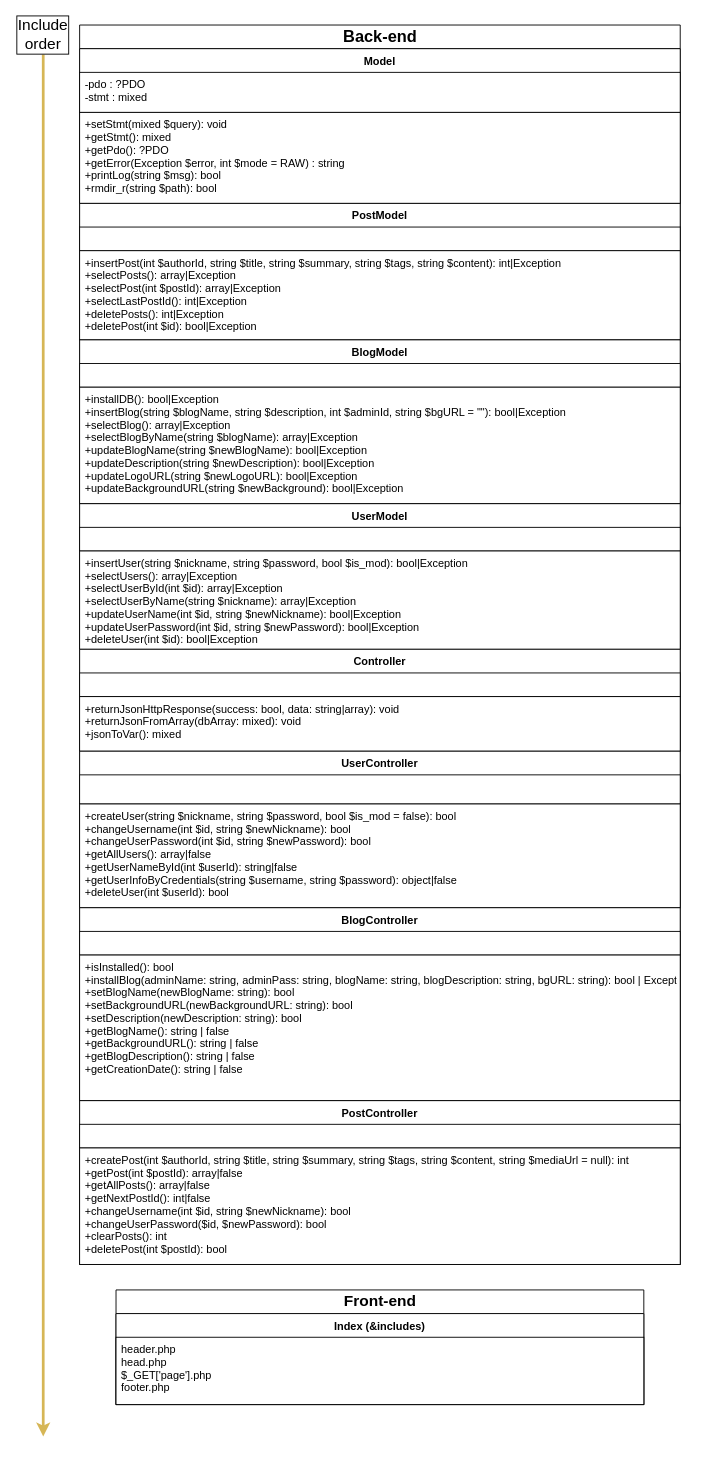
Above: _Conception/PageStructure.drawio in MichaelAceAnderson/NewBlog (draw.io), before the change. Source tidied: cells renumbered, new cells numbered last; positions are measured from the earlier drawing's top-left corner, leaving out a move shared by most shapes. Both pictures are drawn from the tidied source at 91%, with x=0, y=0 at pixel (15, 21).
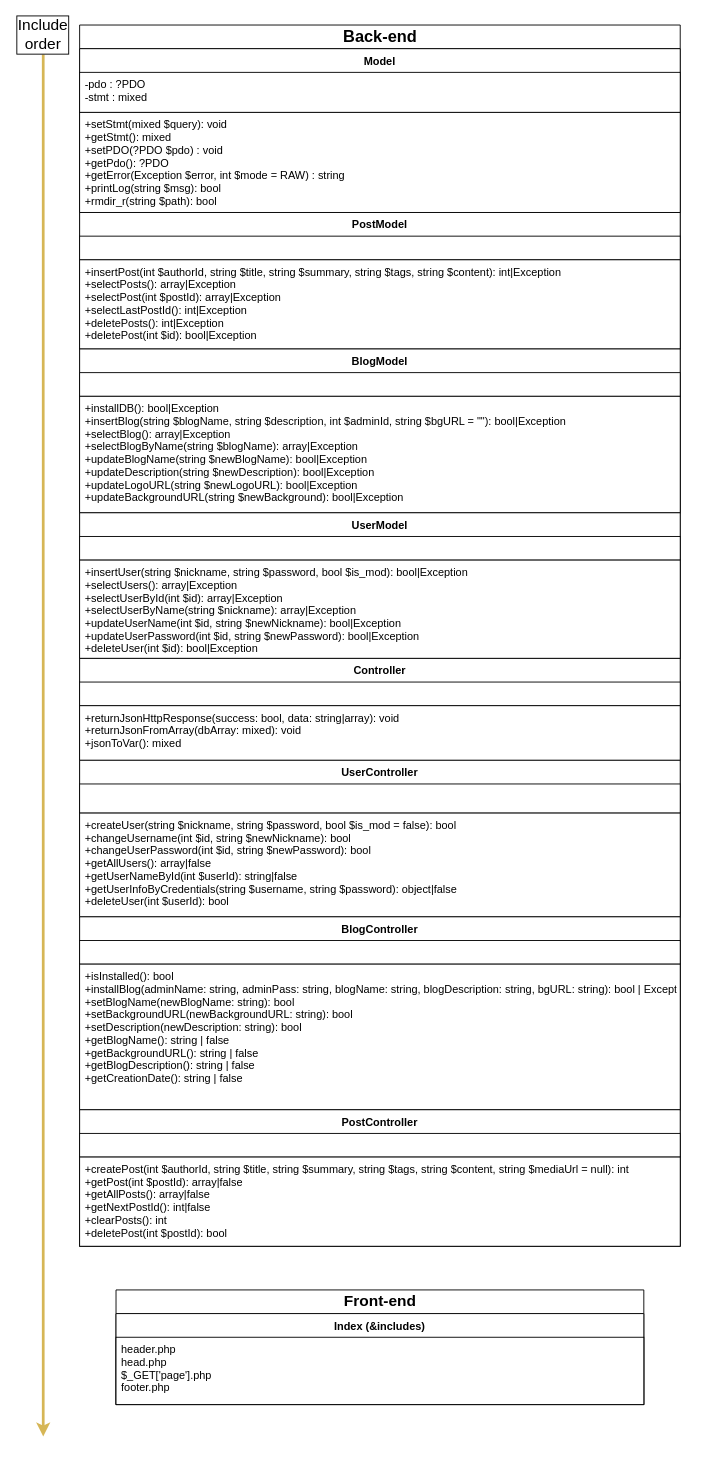
The same diagram, later.

Diff of the diagram source:
```diff
@@
     <mxCell id="6" value="Back-end" style="swimlane;fontStyle=1;horizontal=1;startSize=26;fillColor=default;glass=0;labelBackgroundColor=none;labelBorderColor=none;fillStyle=solid;strokeColor=default;fontFamily=Helvetica;labelPosition=center;verticalLabelPosition=middle;align=center;verticalAlign=middle;fontSize=18;html=1;" parent="1" vertex="1">
-      <mxGeometry x="70" y="4" width="660" height="1362" as="geometry" />
+      <mxGeometry x="70" y="4" width="660" height="1342" as="geometry" />
     </mxCell>
     <mxCell id="7" value="Model" style="swimlane;fontStyle=1;align=center;verticalAlign=top;horizontal=1;startSize=26;fillColor=default;gradientColor=none;strokeColor=default;swimlaneLine=0;" parent="6" vertex="1">
-      <mxGeometry y="26" width="660" height="170" as="geometry" />
+      <mxGeometry y="26" width="660" height="180" as="geometry" />
     </mxCell>
@@
-    <mxCell id="9" value="+setStmt(mixed $query): void&#10;+getStmt(): mixed&#10;+getPdo(): ?PDO&#10;+getError(Exception $error, int $mode = RAW) : string&#10;+printLog(string $msg): bool&#10;+rmdir_r(string $path): bool" style="text;strokeColor=default;fillColor=default;align=left;verticalAlign=top;spacingLeft=4;spacingRight=4;overflow=hidden;gradientColor=none;swimlaneLine=0;" parent="7" vertex="1">
-      <mxGeometry y="70" width="660" height="100" as="geometry" />
+    <mxCell id="9" value="+setStmt(mixed $query): void&#10;+getStmt(): mixed&#10;+setPDO(?PDO $pdo) : void&#10;+getPdo(): ?PDO&#10;+getError(Exception $error, int $mode = RAW) : string&#10;+printLog(string $msg): bool&#10;+rmdir_r(string $path): bool" style="text;strokeColor=default;fillColor=default;align=left;verticalAlign=top;spacingLeft=4;spacingRight=4;overflow=hidden;gradientColor=none;swimlaneLine=0;" parent="7" vertex="1">
+      <mxGeometry y="70" width="660" height="110" as="geometry" />
     </mxCell>
     <mxCell id="10" value="PostModel" style="swimlane;fontStyle=1;align=center;verticalAlign=top;horizontal=1;startSize=26;fillColor=default;gradientColor=none;strokeColor=default;swimlaneLine=0;" parent="6" vertex="1">
-      <mxGeometry y="196" width="660" height="150" as="geometry" />
+      <mxGeometry y="206" width="660" height="150" as="geometry" />
     </mxCell>
@@
     <mxCell id="13" value="BlogModel" style="swimlane;fontStyle=1;align=center;verticalAlign=top;horizontal=1;startSize=26;fillColor=default;gradientColor=none;strokeColor=default;swimlaneLine=0;" parent="6" vertex="1">
-      <mxGeometry y="346" width="660" height="180" as="geometry" />
+      <mxGeometry y="356" width="660" height="180" as="geometry" />
     </mxCell>
@@
     <mxCell id="16" value="UserModel" style="swimlane;fontStyle=1;align=center;verticalAlign=top;horizontal=1;startSize=26;fillColor=default;gradientColor=none;strokeColor=default;swimlaneLine=0;" parent="6" vertex="1">
-      <mxGeometry y="526" width="660" height="160" as="geometry" />
+      <mxGeometry y="536" width="660" height="160" as="geometry" />
     </mxCell>
@@
     <mxCell id="19" value="Controller&#10;" style="swimlane;fontStyle=1;align=center;verticalAlign=top;horizontal=1;startSize=26;fillColor=default;gradientColor=none;strokeColor=default;swimlaneLine=0;" parent="6" vertex="1">
-      <mxGeometry y="686" width="660" height="112" as="geometry" />
+      <mxGeometry y="696" width="660" height="112" as="geometry" />
     </mxCell>
@@
     <mxCell id="22" value="UserController" style="swimlane;fontStyle=1;align=center;verticalAlign=top;horizontal=1;startSize=26;fillColor=default;gradientColor=none;strokeColor=default;swimlaneLine=0;" parent="6" vertex="1">
-      <mxGeometry y="798" width="660" height="172" as="geometry" />
+      <mxGeometry y="808" width="660" height="172" as="geometry" />
     </mxCell>
@@
     <mxCell id="25" value="BlogController&#10;" style="swimlane;fontStyle=1;align=center;verticalAlign=top;horizontal=1;startSize=26;fillColor=default;gradientColor=none;strokeColor=default;swimlaneLine=0;" parent="6" vertex="1">
-      <mxGeometry y="970" width="660" height="212" as="geometry" />
+      <mxGeometry y="980" width="660" height="212" as="geometry" />
     </mxCell>
@@
     <mxCell id="28" value="PostController" style="swimlane;fontStyle=1;align=center;verticalAlign=top;horizontal=1;startSize=26;fillColor=default;gradientColor=none;strokeColor=default;swimlaneLine=0;" parent="6" vertex="1">
-      <mxGeometry y="1182" width="660" height="180" as="geometry" />
+      <mxGeometry y="1192" width="660" height="150" as="geometry" />
     </mxCell>
@@
-    <mxCell id="30" value="+createPost(int $authorId, string $title, string $summary, string $tags, string $content, string $mediaUrl = null): int&#10;+getPost(int $postId): array|false&#10;+getAllPosts(): array|false&#10;+getNextPostId(): int|false&#10;+changeUsername(int $id, string $newNickname): bool&#10;+changeUserPassword($id, $newPassword): bool&#10;+clearPosts(): int&#10;+deletePost(int $postId): bool" style="text;strokeColor=default;fillColor=default;align=left;verticalAlign=top;spacingLeft=4;spacingRight=4;overflow=hidden;gradientColor=none;swimlaneLine=0;" parent="28" vertex="1">
-      <mxGeometry y="52" width="660" height="128" as="geometry" />
+    <mxCell id="30" value="+createPost(int $authorId, string $title, string $summary, string $tags, string $content, string $mediaUrl = null): int&#10;+getPost(int $postId): array|false&#10;+getAllPosts(): array|false&#10;+getNextPostId(): int|false&#10;+clearPosts(): int&#10;+deletePost(int $postId): bool" style="text;strokeColor=default;fillColor=default;align=left;verticalAlign=top;spacingLeft=4;spacingRight=4;overflow=hidden;gradientColor=none;swimlaneLine=0;" parent="28" vertex="1">
+      <mxGeometry y="52" width="660" height="98" as="geometry" />
     </mxCell>
```
